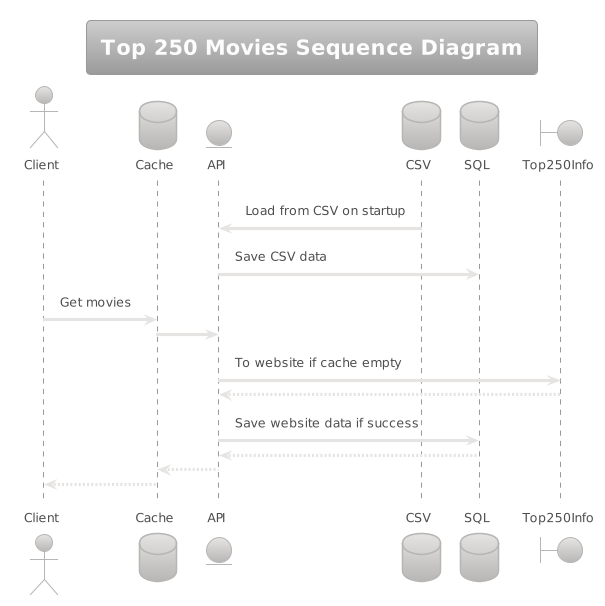
Before: docs/Top250MoviesSequenceDiagram_PlantText.png, a diagram exported from PlantUML (bjornsy/IMDbTop250-MovieWatchlistAPI). Its diagram source:
```plantuml
@startuml
!theme metal

skin rose

title "Top 250 Movies Sequence Diagram"

actor Client
database Cache
entity API
database CSV
database SQL
boundary Top250Info

CSV -> API : Load from CSV on startup
API -> SQL : Save CSV data
Client -> Cache : Get movies
Cache -> API
API -> Top250Info : To website if cache empty
Top250Info --> API
API -> SQL : Save website data if success
SQL --> API
API --> Cache
Cache --> Client
@enduml
```
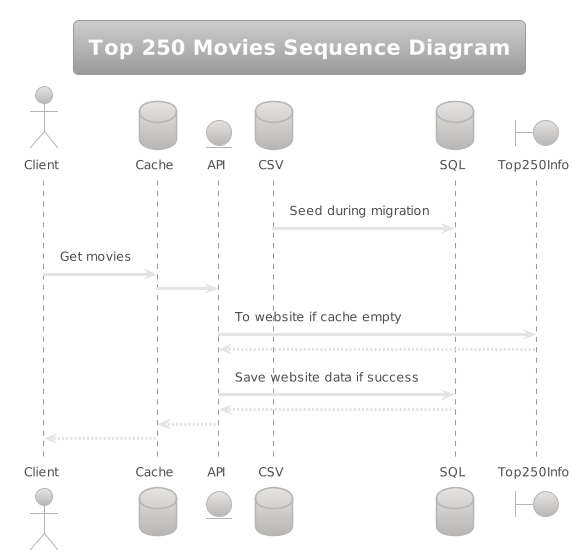
Above is the later version.

Commit message:
Seeding data within OnModelCreating, rather than separate class, as Microsoft recommends

The edit, as a diff of the source:
```diff
@@ -12,8 +12,7 @@
 database SQL
 boundary Top250Info
 
-CSV -> API : Load from CSV on startup
-API -> SQL : Save CSV data
+CSV -> SQL : Seed during migration
 Client -> Cache : Get movies
 Cache -> API
 API -> Top250Info : To website if cache empty
```
